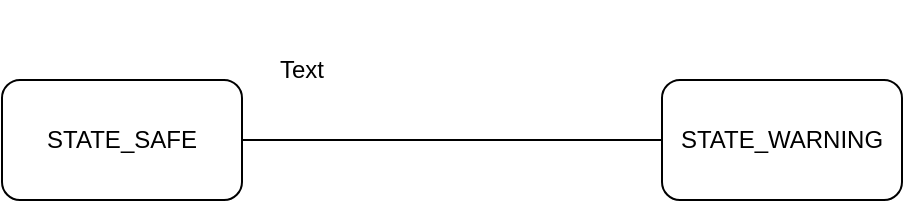
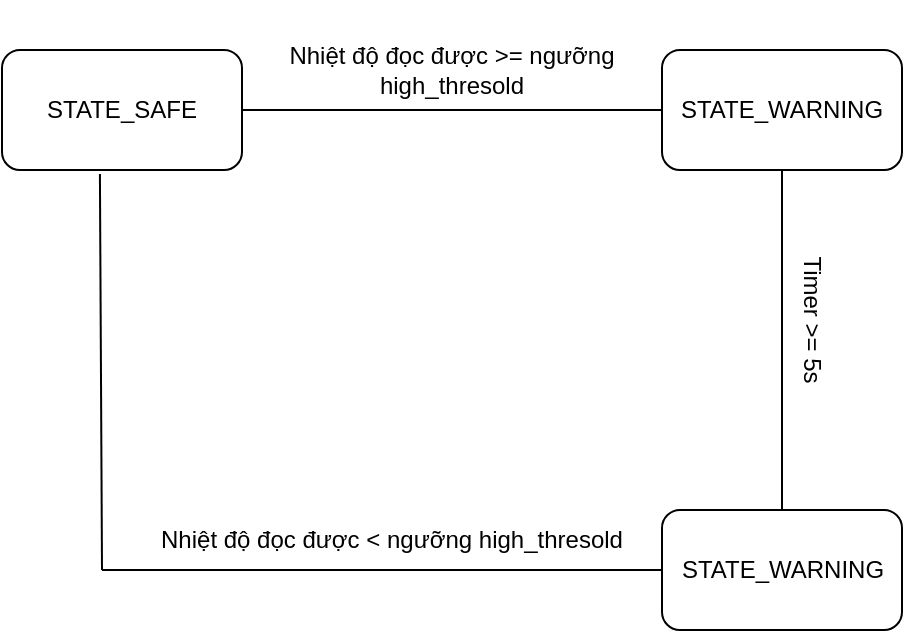
<mxfile host="app.diagrams.net">
  <diagram name="Page-1" id="CIeDH6FPLQG_CZJ6YSJV">
    <mxGraphModel dx="1406" dy="746" grid="1" gridSize="10" guides="1" tooltips="1" connect="1" arrows="1" fold="1" page="1" pageScale="1" pageWidth="850" pageHeight="1100" math="0" shadow="0">
      <root>
        <mxCell id="0" />
        <mxCell id="1" parent="0" />
        <mxCell id="Zvk07kx5uGm0fhck3Cny-1" parent="1" style="rounded=1;whiteSpace=wrap;html=1;" value="" vertex="1">
          <mxGeometry height="60" width="120" x="70" y="180" as="geometry" />
        </mxCell>
        <mxCell id="CAPw93YbNvtDNIzS7Cob-1" parent="1" style="text;html=1;whiteSpace=wrap;strokeColor=none;fillColor=none;align=center;verticalAlign=middle;rounded=0;" value="STATE_SAFE" vertex="1">
          <mxGeometry height="30" width="60" x="100" y="195" as="geometry" />
        </mxCell>
        <mxCell id="CAPw93YbNvtDNIzS7Cob-2" edge="1" parent="1" style="endArrow=none;html=1;rounded=0;entryX=0;entryY=0.5;entryDx=0;entryDy=0;" target="CAPw93YbNvtDNIzS7Cob-3" value="">
          <mxGeometry height="50" relative="1" width="50" as="geometry">
            <mxPoint x="190" y="210" as="sourcePoint" />
            <mxPoint x="290" y="210" as="targetPoint" />
          </mxGeometry>
        </mxCell>
        <mxCell id="CAPw93YbNvtDNIzS7Cob-3" parent="1" style="rounded=1;whiteSpace=wrap;html=1;" value="" vertex="1">
          <mxGeometry height="60" width="120" x="400" y="180" as="geometry" />
        </mxCell>
        <mxCell id="CAPw93YbNvtDNIzS7Cob-4" parent="1" style="text;html=1;whiteSpace=wrap;strokeColor=none;fillColor=none;align=center;verticalAlign=middle;rounded=0;" value="STATE_WARNING" vertex="1">
          <mxGeometry height="30" width="60" x="430" y="195" as="geometry" />
        </mxCell>
-         <mxCell id="CAPw93YbNvtDNIzS7Cob-6" parent="1" style="text;html=1;whiteSpace=wrap;strokeColor=none;fillColor=none;align=center;verticalAlign=middle;rounded=0;" value="Text" vertex="1">
-           <mxGeometry height="70" width="60" x="190" y="140" as="geometry" />
+         <mxCell id="CAPw93YbNvtDNIzS7Cob-6" parent="1" style="text;html=1;whiteSpace=wrap;strokeColor=none;fillColor=none;align=center;verticalAlign=middle;rounded=0;" value="Nhiệt độ đọc được &amp;gt;= ngưỡng high_thresold" vertex="1">
+           <mxGeometry height="70" width="210" x="190" y="155" as="geometry" />
+         </mxCell>
+         <mxCell id="J2xRq12DphBPeyFRSRYp-1" parent="1" style="rounded=1;whiteSpace=wrap;html=1;" value="" vertex="1">
+           <mxGeometry height="60" width="120" x="400" y="410" as="geometry" />
+         </mxCell>
+         <mxCell id="J2xRq12DphBPeyFRSRYp-2" edge="1" parent="1" source="J2xRq12DphBPeyFRSRYp-1" style="endArrow=none;html=1;rounded=0;exitX=0.5;exitY=0;exitDx=0;exitDy=0;" value="">
+           <mxGeometry height="50" relative="1" width="50" as="geometry">
+             <mxPoint x="410" y="290" as="sourcePoint" />
+             <mxPoint x="460" y="240" as="targetPoint" />
+           </mxGeometry>
+         </mxCell>
+         <mxCell id="J2xRq12DphBPeyFRSRYp-3" parent="1" style="text;html=1;whiteSpace=wrap;strokeColor=none;fillColor=none;align=center;verticalAlign=middle;rounded=0;rotation=90;" value="Timer &amp;gt;= 5s" vertex="1">
+           <mxGeometry height="30" width="100" x="425" y="300" as="geometry" />
+         </mxCell>
+         <mxCell id="J2xRq12DphBPeyFRSRYp-4" parent="1" style="text;html=1;whiteSpace=wrap;strokeColor=none;fillColor=none;align=center;verticalAlign=middle;rounded=0;" value="STATE_WARNING" vertex="1">
+           <mxGeometry height="30" width="95" x="412.5" y="425" as="geometry" />
+         </mxCell>
+         <mxCell id="J2xRq12DphBPeyFRSRYp-6" edge="1" parent="1" style="endArrow=none;html=1;rounded=0;" value="">
+           <mxGeometry height="50" relative="1" width="50" as="geometry">
+             <mxPoint x="120" y="440" as="sourcePoint" />
+             <mxPoint x="400" y="440" as="targetPoint" />
+           </mxGeometry>
+         </mxCell>
+         <mxCell id="J2xRq12DphBPeyFRSRYp-7" edge="1" parent="1" style="endArrow=none;html=1;rounded=0;entryX=0.408;entryY=1.033;entryDx=0;entryDy=0;entryPerimeter=0;" target="Zvk07kx5uGm0fhck3Cny-1" value="">
+           <mxGeometry height="50" relative="1" width="50" as="geometry">
+             <mxPoint x="120" y="440" as="sourcePoint" />
+             <mxPoint x="170" y="390" as="targetPoint" />
+           </mxGeometry>
+         </mxCell>
+         <mxCell id="J2xRq12DphBPeyFRSRYp-8" parent="1" style="text;html=1;whiteSpace=wrap;strokeColor=none;fillColor=none;align=center;verticalAlign=middle;rounded=0;" value="Nhiệt độ đọc được &amp;lt; ngưỡng high_thresold" vertex="1">
+           <mxGeometry height="30" width="250" x="140" y="410" as="geometry" />
        </mxCell>
      </root>
    </mxGraphModel>
  </diagram>
</mxfile>
